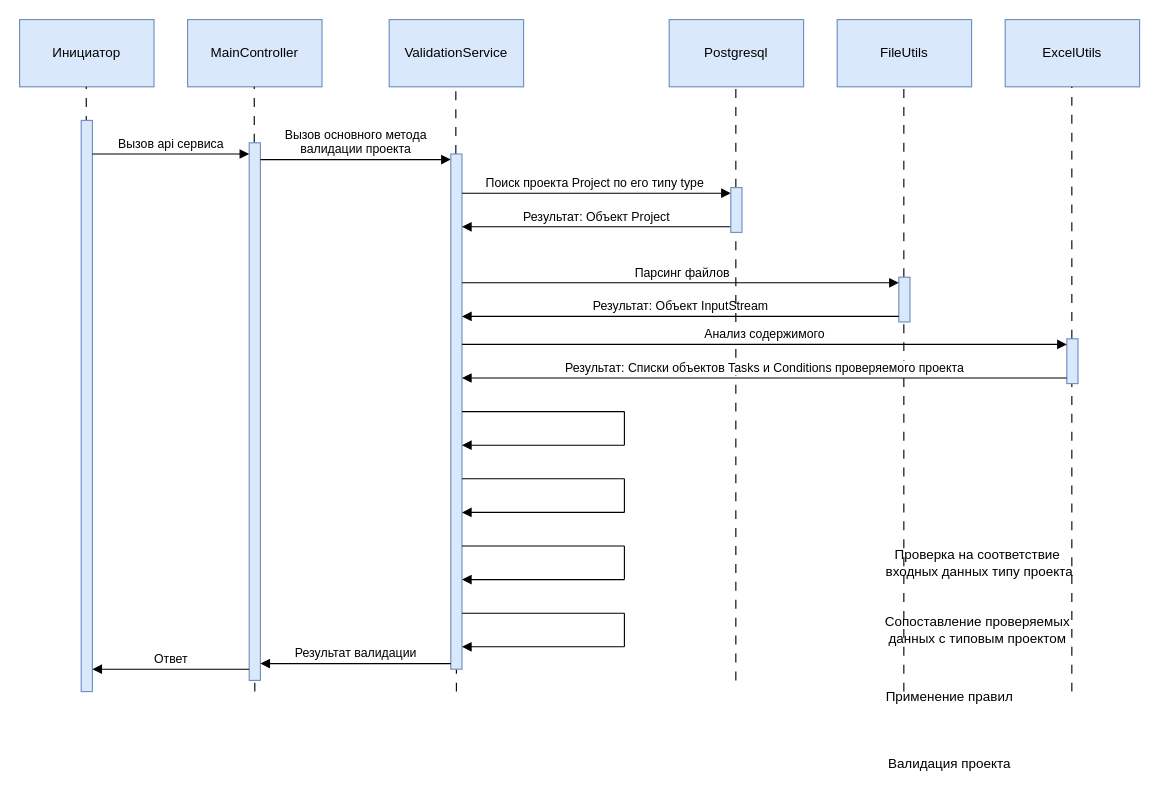
Above: page "Page-1" (1 of 4) of src/main/resources/files/все диаграммы в редактируемом виде.drawio in arcegor/planner (draw.io), before the change. Source tidied: cells renumbered, new cells numbered last; positions are measured from the earlier drawing's top-left corner, leaving out a move shared by most shapes. Both pictures are drawn from the tidied source at 112%, with x=0, y=0 at pixel (19, 19).
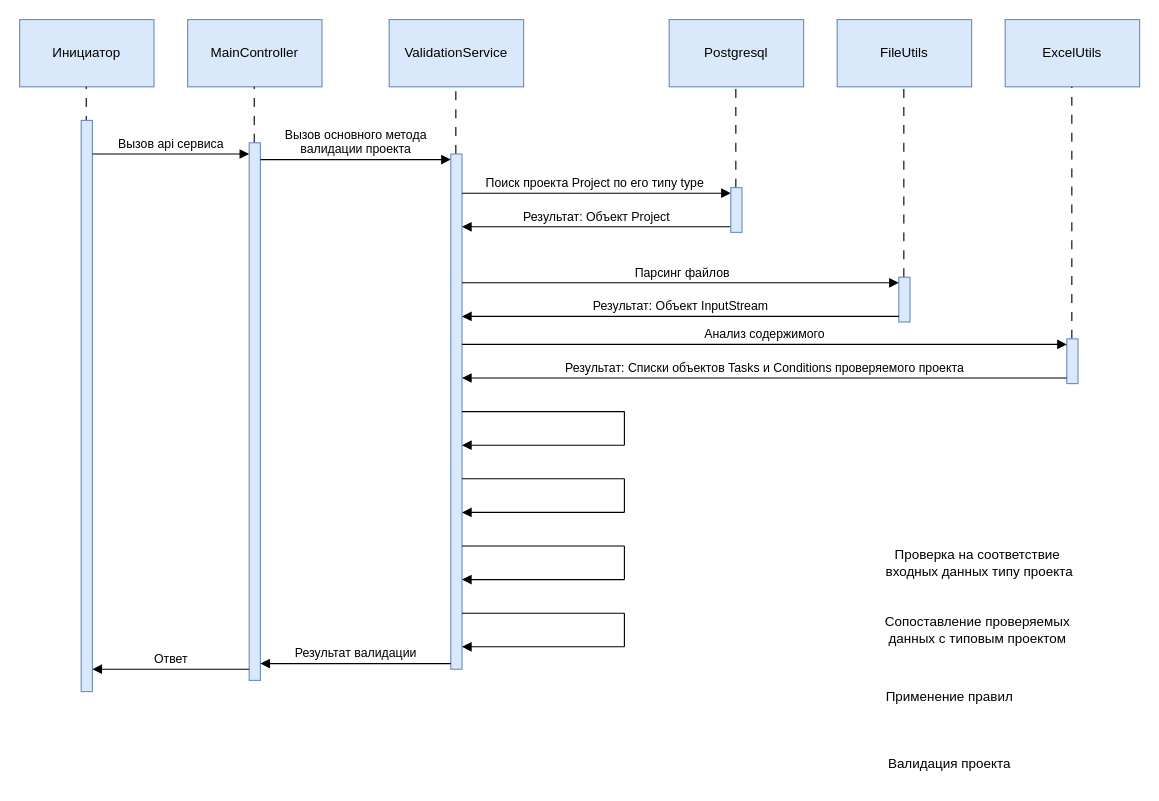
The same page after the edit.

Unchanged cells that the change refers to:
```xml
<mxCell id="11" style="html=1;points=[[0,0,0,0,5],[0,1,0,0,-5],[1,0,0,0,5],[1,1,0,0,-5]];perimeter=orthogonalPerimeter;outlineConnect=0;targetShapes=umlLifeline;portConstraint=eastwest;newEdgeStyle={&quot;curved&quot;:0,&quot;rounded&quot;:0};fillColor=#dae8fc;strokeColor=#6c8ebf;" parent="1" vertex="1">
  <mxGeometry x="205" y="110" width="10" height="480" as="geometry" />
</mxCell>
<mxCell id="17" style="html=1;points=[[0,0,0,0,5],[0,1,0,0,-5],[1,0,0,0,5],[1,1,0,0,-5]];perimeter=orthogonalPerimeter;outlineConnect=0;targetShapes=umlLifeline;portConstraint=eastwest;newEdgeStyle={&quot;curved&quot;:0,&quot;rounded&quot;:0};fillColor=#dae8fc;strokeColor=#6c8ebf;" parent="1" vertex="1">
  <mxGeometry x="385" y="120" width="10" height="460" as="geometry" />
</mxCell>
```

Change to the diagram source:
```diff
@@
-    <mxCell id="10" style="endArrow=none;dashed=1;html=1;rounded=0;dashPattern=8 8;" parent="1" edge="1" target="11">
-      <mxGeometry relative="1" as="geometry">
-        <mxPoint x="210" y="600" as="sourcePoint" />
-      </mxGeometry>
-    </mxCell>
@@
-    <mxCell id="16" style="endArrow=none;dashed=1;html=1;rounded=0;dashPattern=8 8;" parent="1" edge="1" target="17">
-      <mxGeometry relative="1" as="geometry">
-        <mxPoint x="390" y="600" as="sourcePoint" />
-      </mxGeometry>
-    </mxCell>
@@
-    <mxCell id="24" style="endArrow=none;dashed=1;html=1;rounded=0;dashPattern=8 8;" parent="1" edge="1">
-      <mxGeometry relative="1" as="geometry">
-        <mxPoint x="789.5" y="600" as="sourcePoint" />
-        <mxPoint x="789.5" y="270" as="targetPoint" />
-        <Array as="points">
-          <mxPoint x="789.5" y="400" />
-        </Array>
-      </mxGeometry>
-    </mxCell>
@@
-    <mxCell id="30" style="endArrow=none;dashed=1;html=1;rounded=0;dashPattern=8 8;" parent="1" edge="1">
-      <mxGeometry relative="1" as="geometry">
-        <mxPoint x="939.5" y="600" as="sourcePoint" />
-        <mxPoint x="939.5" y="325" as="targetPoint" />
-      </mxGeometry>
-    </mxCell>
@@
-    <mxCell id="32" style="endArrow=none;dashed=1;html=1;rounded=0;dashPattern=8 8;" parent="1" edge="1">
-      <mxGeometry relative="1" as="geometry">
-        <mxPoint x="639.5" y="590" as="sourcePoint" />
-        <mxPoint x="639.5" y="180" as="targetPoint" />
-      </mxGeometry>
-    </mxCell>
```
